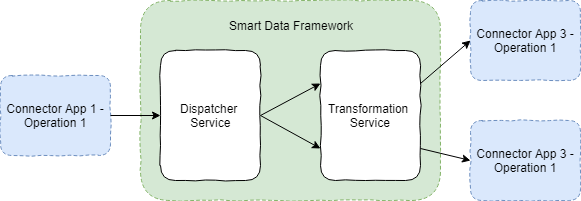
The draw.io diagram docs/assets/component_dispatcher_0.1.png in openintegrationhub/openintegrationhub, before a commit. Source tidied: cells renumbered, new cells last; positions are measured from the earlier drawing's top-left corner, leaving out a move shared by most shapes. Source of this version:
```xml
<mxGraphModel background="#ffffff">
  <root>
    <mxCell id="0" />
    <mxCell id="1" parent="0" />
    <mxCell id="2" value="&lt;span&gt;Connector App 3 - Operation 1&lt;/span&gt;" style="rounded=1;whiteSpace=wrap;html=1;shadow=0;glass=0;comic=1;dashed=1;fillColor=#dae8fc;strokeColor=#6c8ebf;" parent="1" vertex="1">
      <mxGeometry x="470" y="120" width="110" height="80" as="geometry" />
    </mxCell>
    <mxCell id="3" style="rounded=1;whiteSpace=wrap;html=1;shadow=0;glass=0;comic=1;dashed=1;fillColor=#d5e8d4;strokeColor=#82b366;" parent="1" vertex="1">
      <mxGeometry x="140" width="300" height="200" as="geometry" />
    </mxCell>
    <mxCell id="4" value="Dispatcher &lt;br&gt;Service&lt;br&gt;" style="html=1;rounded=1;comic=1;" parent="1" vertex="1">
      <mxGeometry x="160" y="50" width="100" height="130" as="geometry" />
    </mxCell>
    <mxCell id="5" value="Smart Data Framework" style="text;html=1;strokeColor=none;fillColor=none;align=center;verticalAlign=middle;whiteSpace=wrap;rounded=0;shadow=0;glass=0;dashed=1;comic=1;" parent="1" vertex="1">
      <mxGeometry x="218" width="144" height="50" as="geometry" />
    </mxCell>
    <mxCell id="6" value="&lt;span&gt;Connector App 3 - Operation 1&lt;/span&gt;" style="rounded=1;whiteSpace=wrap;html=1;shadow=0;glass=0;comic=1;dashed=1;fillColor=#dae8fc;strokeColor=#6c8ebf;" parent="1" vertex="1">
      <mxGeometry x="470" width="110" height="80" as="geometry" />
    </mxCell>
    <mxCell id="7" value="&lt;span&gt;Connector App 1 - Operation 1&lt;/span&gt;" style="rounded=1;whiteSpace=wrap;html=1;shadow=0;glass=0;comic=1;dashed=1;fillColor=#dae8fc;strokeColor=#6c8ebf;" parent="1" vertex="1">
      <mxGeometry y="75" width="110" height="80" as="geometry" />
    </mxCell>
    <mxCell id="8" value="Transformation&amp;nbsp;&lt;br&gt;Service&lt;br&gt;" style="html=1;rounded=1;comic=1;" parent="1" vertex="1">
      <mxGeometry x="320" y="50" width="100" height="130" as="geometry" />
    </mxCell>
    <mxCell id="9" style="endArrow=classic;html=1;exitX=1;exitY=0.5;exitDx=0;exitDy=0;entryX=0;entryY=0.5;entryDx=0;entryDy=0;" parent="1" edge="1" source="7" target="4">
      <mxGeometry relative="1" as="geometry" />
    </mxCell>
    <mxCell id="10" style="endArrow=classic;html=1;exitX=1;exitY=0.5;exitDx=0;exitDy=0;entryX=0;entryY=0.25;entryDx=0;entryDy=0;" parent="1" edge="1" source="4" target="8">
      <mxGeometry relative="1" as="geometry" />
    </mxCell>
    <mxCell id="11" style="endArrow=classic;html=1;exitX=1;exitY=0.5;exitDx=0;exitDy=0;entryX=0;entryY=0.75;entryDx=0;entryDy=0;" parent="1" edge="1" source="4" target="8">
      <mxGeometry relative="1" as="geometry" />
    </mxCell>
    <mxCell id="12" style="endArrow=classic;html=1;exitX=1;exitY=0.25;exitDx=0;exitDy=0;entryX=0;entryY=0.5;entryDx=0;entryDy=0;" parent="1" edge="1" source="8" target="6">
      <mxGeometry relative="1" as="geometry" />
    </mxCell>
    <mxCell id="13" style="endArrow=classic;html=1;exitX=1;exitY=0.75;exitDx=0;exitDy=0;entryX=0;entryY=0.5;entryDx=0;entryDy=0;" parent="1" edge="1" source="8" target="2">
      <mxGeometry relative="1" as="geometry" />
    </mxCell>
  </root>
</mxGraphModel>
```
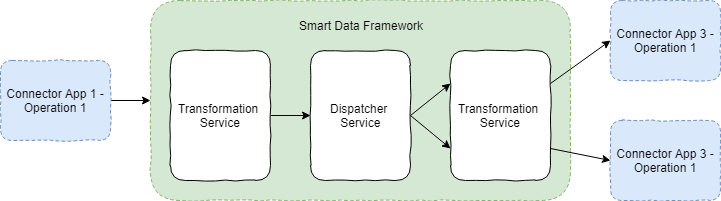
Above is the later version.

What changed in the source:
```diff
@@ -3,29 +3,29 @@
     <mxCell id="0" />
     <mxCell id="1" parent="0" />
     <mxCell id="2" value="&lt;span&gt;Connector App 3 - Operation 1&lt;/span&gt;" style="rounded=1;whiteSpace=wrap;html=1;shadow=0;glass=0;comic=1;dashed=1;fillColor=#dae8fc;strokeColor=#6c8ebf;" parent="1" vertex="1">
-      <mxGeometry x="470" y="120" width="110" height="80" as="geometry" />
+      <mxGeometry x="600" y="120" width="110" height="80" as="geometry" />
     </mxCell>
     <mxCell id="3" style="rounded=1;whiteSpace=wrap;html=1;shadow=0;glass=0;comic=1;dashed=1;fillColor=#d5e8d4;strokeColor=#82b366;" parent="1" vertex="1">
-      <mxGeometry x="140" width="300" height="200" as="geometry" />
+      <mxGeometry x="140" width="420" height="200" as="geometry" />
     </mxCell>
     <mxCell id="4" value="Dispatcher &lt;br&gt;Service&lt;br&gt;" style="html=1;rounded=1;comic=1;" parent="1" vertex="1">
-      <mxGeometry x="160" y="50" width="100" height="130" as="geometry" />
+      <mxGeometry x="300" y="50" width="100" height="130" as="geometry" />
     </mxCell>
     <mxCell id="5" value="Smart Data Framework" style="text;html=1;strokeColor=none;fillColor=none;align=center;verticalAlign=middle;whiteSpace=wrap;rounded=0;shadow=0;glass=0;dashed=1;comic=1;" parent="1" vertex="1">
-      <mxGeometry x="218" width="144" height="50" as="geometry" />
+      <mxGeometry x="278" width="144" height="50" as="geometry" />
     </mxCell>
     <mxCell id="6" value="&lt;span&gt;Connector App 3 - Operation 1&lt;/span&gt;" style="rounded=1;whiteSpace=wrap;html=1;shadow=0;glass=0;comic=1;dashed=1;fillColor=#dae8fc;strokeColor=#6c8ebf;" parent="1" vertex="1">
-      <mxGeometry x="470" width="110" height="80" as="geometry" />
+      <mxGeometry x="600" width="110" height="80" as="geometry" />
     </mxCell>
+    <mxCell id="14" style="edgeStyle=orthogonalEdgeStyle;rounded=0;jettySize=auto;html=1;exitX=1;exitY=0.5;exitDx=0;exitDy=0;" parent="1" edge="1" source="7" target="3">
+      <mxGeometry relative="1" as="geometry" />
+    </mxCell>
     <mxCell id="7" value="&lt;span&gt;Connector App 1 - Operation 1&lt;/span&gt;" style="rounded=1;whiteSpace=wrap;html=1;shadow=0;glass=0;comic=1;dashed=1;fillColor=#dae8fc;strokeColor=#6c8ebf;" parent="1" vertex="1">
-      <mxGeometry y="75" width="110" height="80" as="geometry" />
+      <mxGeometry x="-10" y="60" width="110" height="80" as="geometry" />
     </mxCell>
     <mxCell id="8" value="Transformation&amp;nbsp;&lt;br&gt;Service&lt;br&gt;" style="html=1;rounded=1;comic=1;" parent="1" vertex="1">
-      <mxGeometry x="320" y="50" width="100" height="130" as="geometry" />
+      <mxGeometry x="440" y="50" width="100" height="130" as="geometry" />
     </mxCell>
-    <mxCell id="9" style="endArrow=classic;html=1;exitX=1;exitY=0.5;exitDx=0;exitDy=0;entryX=0;entryY=0.5;entryDx=0;entryDy=0;" parent="1" edge="1" source="7" target="4">
-      <mxGeometry relative="1" as="geometry" />
-    </mxCell>
     <mxCell id="10" style="endArrow=classic;html=1;exitX=1;exitY=0.5;exitDx=0;exitDy=0;entryX=0;entryY=0.25;entryDx=0;entryDy=0;" parent="1" edge="1" source="4" target="8">
       <mxGeometry relative="1" as="geometry" />
     </mxCell>
@@ -38,5 +38,11 @@
     <mxCell id="13" style="endArrow=classic;html=1;exitX=1;exitY=0.75;exitDx=0;exitDy=0;entryX=0;entryY=0.5;entryDx=0;entryDy=0;" parent="1" edge="1" source="8" target="2">
       <mxGeometry relative="1" as="geometry" />
     </mxCell>
+    <mxCell id="15" style="edgeStyle=orthogonalEdgeStyle;rounded=0;jettySize=auto;html=1;exitX=1;exitY=0.5;exitDx=0;exitDy=0;entryX=0;entryY=0.5;entryDx=0;entryDy=0;" parent="1" edge="1" source="16" target="4">
+      <mxGeometry relative="1" as="geometry" />
+    </mxCell>
+    <mxCell id="16" value="Transformation&amp;nbsp;&lt;br&gt;Service&lt;br&gt;" style="html=1;rounded=1;comic=1;" parent="1" vertex="1">
+      <mxGeometry x="160" y="50" width="100" height="130" as="geometry" />
+    </mxCell>
   </root>
 </mxGraphModel>
```
